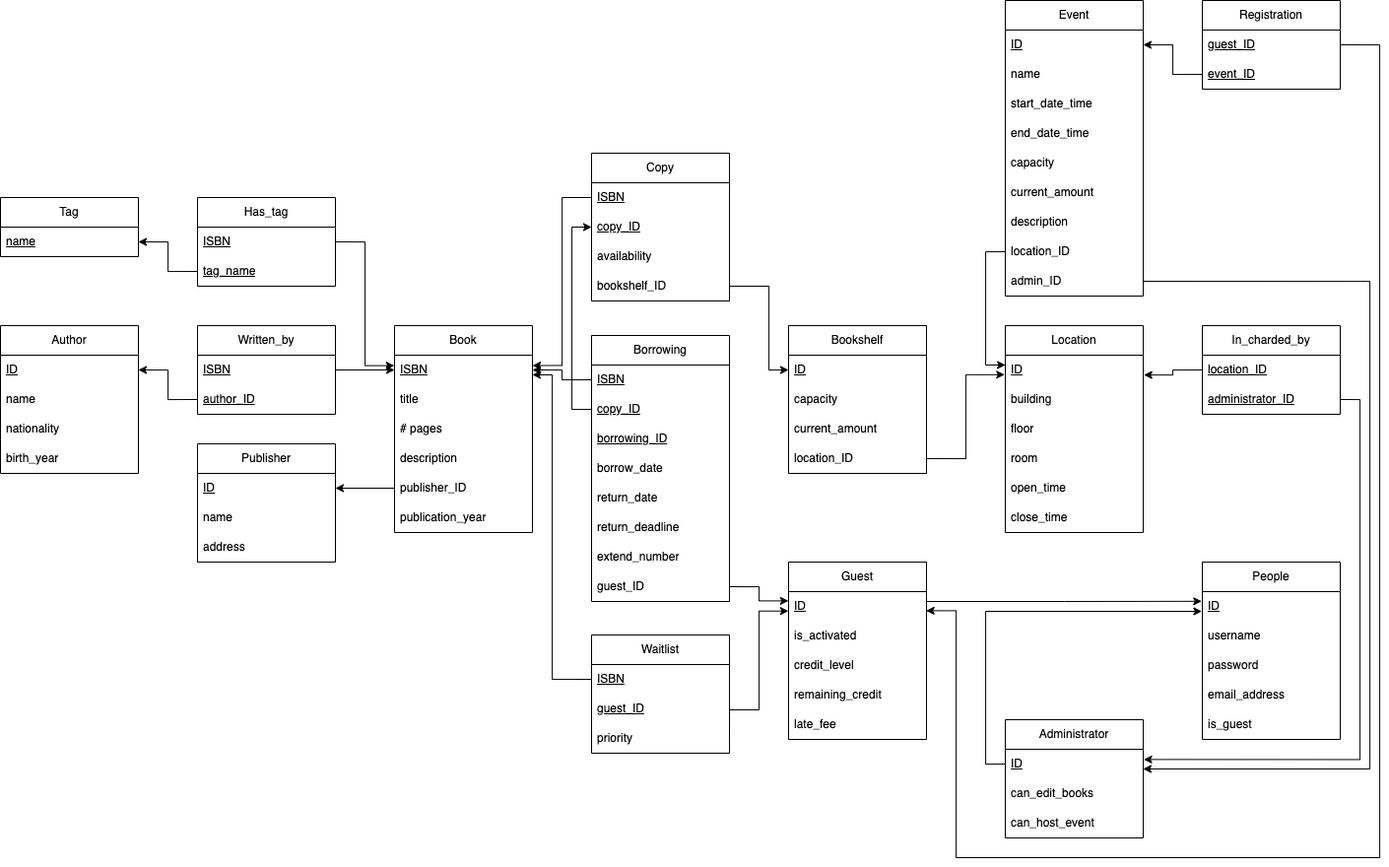
The draw.io diagram schema/relational_model/Relational Model Diagram.png in Kassaking7/eLibraryManagementSystem, before a commit. Source tidied: cells renumbered, new cells last; positions are measured from the earlier drawing's top-left corner, leaving out a move shared by most shapes.
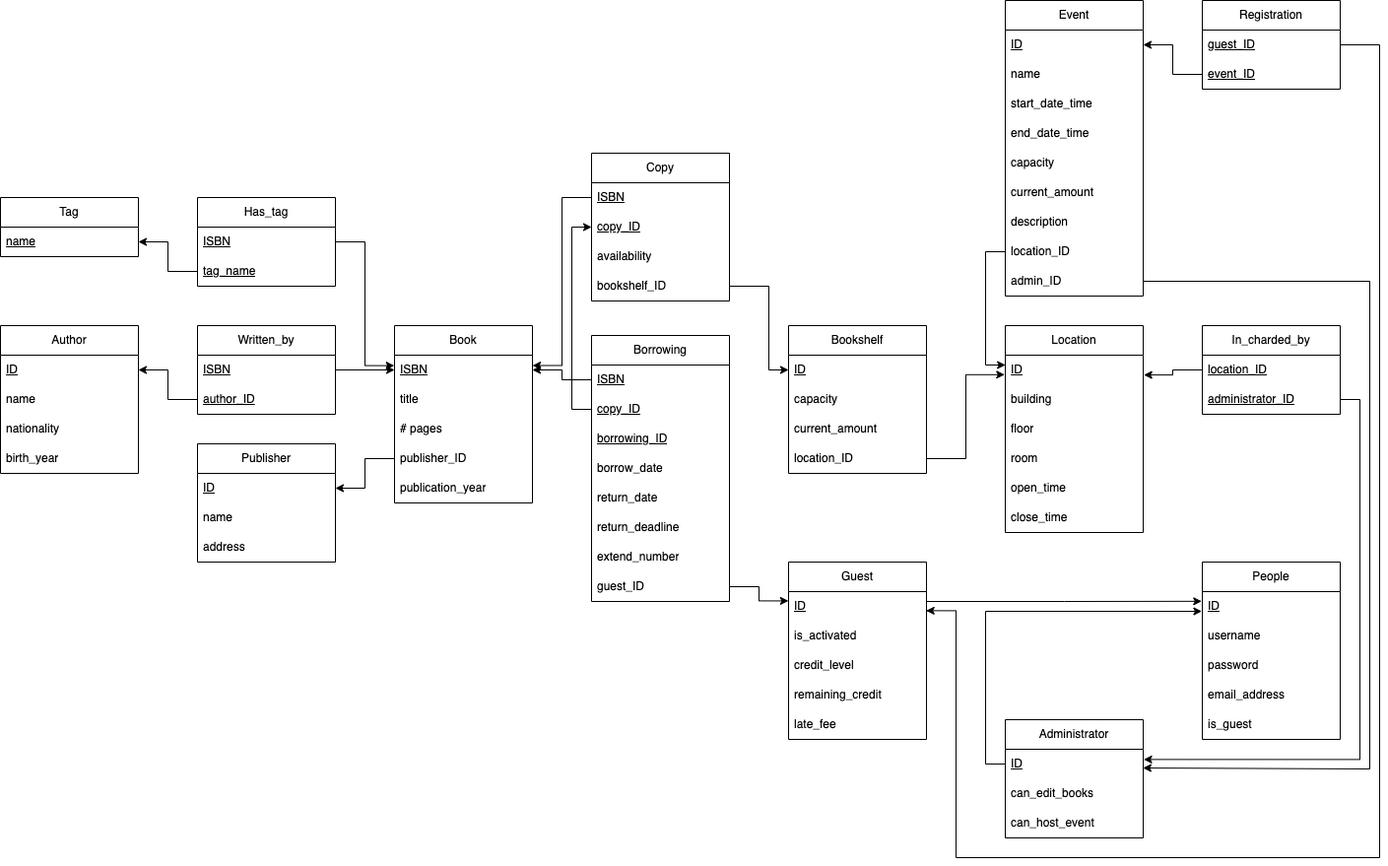
The same diagram one commit later.

What changed in the source:
```diff
@@ -3,7 +3,7 @@
     <mxCell id="0" />
     <mxCell id="1" parent="0" />
     <mxCell id="2" value="Book" style="swimlane;fontStyle=0;horizontal=1;startSize=30;whiteSpace=wrap;html=1;" parent="1" vertex="1">
-      <mxGeometry x="400" y="330" width="140" height="210" as="geometry" />
+      <mxGeometry x="400" y="330" width="140" height="180" as="geometry" />
     </mxCell>
     <mxCell id="3" value="&lt;u&gt;ISBN&lt;/u&gt;" style="text;strokeColor=none;fillColor=none;align=left;verticalAlign=middle;spacingLeft=4;spacingRight=4;overflow=hidden;points=[[0,0.5],[1,0.5]];portConstraint=eastwest;whiteSpace=wrap;html=1;" parent="2" vertex="1">
       <mxGeometry y="30" width="140" height="30" as="geometry" />
@@ -14,14 +14,11 @@
     <mxCell id="5" value="# pages" style="text;strokeColor=none;fillColor=none;align=left;verticalAlign=middle;spacingLeft=4;spacingRight=4;overflow=hidden;whiteSpace=wrap;html=1;" parent="2" vertex="1">
       <mxGeometry y="90" width="140" height="30" as="geometry" />
     </mxCell>
-    <mxCell id="6" value="description" style="text;strokeColor=none;fillColor=none;align=left;verticalAlign=middle;spacingLeft=4;spacingRight=4;overflow=hidden;whiteSpace=wrap;html=1;" parent="2" vertex="1">
-      <mxGeometry y="120" width="140" height="30" as="geometry" />
-    </mxCell>
     <mxCell id="7" value="publisher_ID" style="text;strokeColor=none;fillColor=none;align=left;verticalAlign=middle;spacingLeft=4;spacingRight=4;overflow=hidden;points=[[0,0.5],[1,0.5]];portConstraint=eastwest;whiteSpace=wrap;html=1;" parent="2" vertex="1">
-      <mxGeometry y="150" width="140" height="30" as="geometry" />
+      <mxGeometry y="120" width="140" height="30" as="geometry" />
     </mxCell>
     <mxCell id="8" value="publication_year" style="text;strokeColor=none;fillColor=none;align=left;verticalAlign=middle;spacingLeft=4;spacingRight=4;overflow=hidden;whiteSpace=wrap;html=1;" parent="2" vertex="1">
-      <mxGeometry y="180" width="140" height="30" as="geometry" />
+      <mxGeometry y="150" width="140" height="30" as="geometry" />
     </mxCell>
     <mxCell id="9" value="Copy" style="swimlane;fontStyle=0;horizontal=1;startSize=30;whiteSpace=wrap;html=1;" parent="1" vertex="1">
       <mxGeometry x="600" y="155" width="140" height="150" as="geometry" />
@@ -104,18 +101,6 @@
     <mxCell id="35" style="edgeStyle=orthogonalEdgeStyle;rounded=0;jettySize=auto;html=1;exitX=0;exitY=0.5;exitDx=0;exitDy=0;entryX=1.001;entryY=0.351;entryDx=0;entryDy=0;entryPerimeter=0;" parent="1" edge="1" source="10" target="3">
       <mxGeometry relative="1" as="geometry" />
     </mxCell>
-    <mxCell id="36" value="Waitlist" style="swimlane;fontStyle=0;horizontal=1;startSize=30;whiteSpace=wrap;html=1;" parent="1" vertex="1">
-      <mxGeometry x="600" y="644" width="140" height="120" as="geometry" />
-    </mxCell>
-    <mxCell id="37" value="&lt;u&gt;ISBN&lt;/u&gt;" style="text;strokeColor=none;fillColor=none;align=left;verticalAlign=middle;spacingLeft=4;spacingRight=4;overflow=hidden;points=[[0,0.5],[1,0.5]];portConstraint=eastwest;whiteSpace=wrap;html=1;" parent="36" vertex="1">
-      <mxGeometry y="30" width="140" height="30" as="geometry" />
-    </mxCell>
-    <mxCell id="38" value="&lt;u&gt;guest_ID&lt;/u&gt;" style="text;strokeColor=none;fillColor=none;align=left;verticalAlign=middle;spacingLeft=4;spacingRight=4;overflow=hidden;whiteSpace=wrap;html=1;" parent="36" vertex="1">
-      <mxGeometry y="60" width="140" height="30" as="geometry" />
-    </mxCell>
-    <mxCell id="39" value="priority" style="text;strokeColor=none;fillColor=none;align=left;verticalAlign=middle;spacingLeft=4;spacingRight=4;overflow=hidden;points=[[0,0.5],[1,0.5]];portConstraint=eastwest;whiteSpace=wrap;html=1;" parent="36" vertex="1">
-      <mxGeometry y="90" width="140" height="30" as="geometry" />
-    </mxCell>
     <mxCell id="40" value="Bookshelf" style="swimlane;fontStyle=0;horizontal=1;startSize=30;whiteSpace=wrap;html=1;" parent="1" vertex="1">
       <mxGeometry x="800" y="330" width="140" height="150" as="geometry" />
     </mxCell>
@@ -169,14 +154,6 @@
     <mxCell id="55" style="edgeStyle=orthogonalEdgeStyle;rounded=0;jettySize=auto;html=1;exitX=0;exitY=0.5;exitDx=0;exitDy=0;entryX=0;entryY=0.5;entryDx=0;entryDy=0;" parent="1" edge="1" source="48" target="11">
       <mxGeometry relative="1" as="geometry" />
     </mxCell>
-    <mxCell id="56" style="edgeStyle=orthogonalEdgeStyle;rounded=0;jettySize=auto;html=1;exitX=0;exitY=0.5;exitDx=0;exitDy=0;" parent="1" edge="1" source="37" target="3">
-      <mxGeometry relative="1" as="geometry">
-        <Array as="points">
-          <mxPoint x="560" y="689" />
-          <mxPoint x="560" y="380" />
-        </Array>
-      </mxGeometry>
-    </mxCell>
     <mxCell id="57" value="Guest" style="swimlane;fontStyle=0;horizontal=1;startSize=30;whiteSpace=wrap;html=1;" parent="1" vertex="1">
       <mxGeometry x="800" y="570" width="140" height="180" as="geometry" />
     </mxCell>
@@ -338,16 +315,7 @@
         </Array>
       </mxGeometry>
     </mxCell>
-    <mxCell id="106" style="edgeStyle=orthogonalEdgeStyle;rounded=0;jettySize=auto;html=1;exitX=1;exitY=0.5;exitDx=0;exitDy=0;entryX=-0.001;entryY=0.657;entryDx=0;entryDy=0;entryPerimeter=0;" parent="1" edge="1" source="39" target="58">
-      <mxGeometry relative="1" as="geometry">
-        <Array as="points">
-          <mxPoint x="740" y="720" />
-          <mxPoint x="770" y="720" />
-          <mxPoint x="770" y="620" />
-        </Array>
-      </mxGeometry>
-    </mxCell>
-    <mxCell id="107" style="html=1;exitX=0;exitY=0.5;exitDx=0;exitDy=0;entryX=1;entryY=0.5;entryDx=0;entryDy=0;" parent="1" edge="1" source="7" target="32">
+    <mxCell id="107" style="html=1;exitX=0;exitY=0.5;exitDx=0;exitDy=0;entryX=1;entryY=0.5;entryDx=0;entryDy=0;edgeStyle=orthogonalEdgeStyle;rounded=0;" parent="1" edge="1" source="7" target="32">
       <mxGeometry relative="1" as="geometry" />
     </mxCell>
     <mxCell id="108" style="edgeStyle=orthogonalEdgeStyle;html=1;exitX=0;exitY=0.5;exitDx=0;exitDy=0;entryX=1;entryY=0.5;entryDx=0;entryDy=0;rounded=0;" parent="1" edge="1" source="47" target="3">
```
